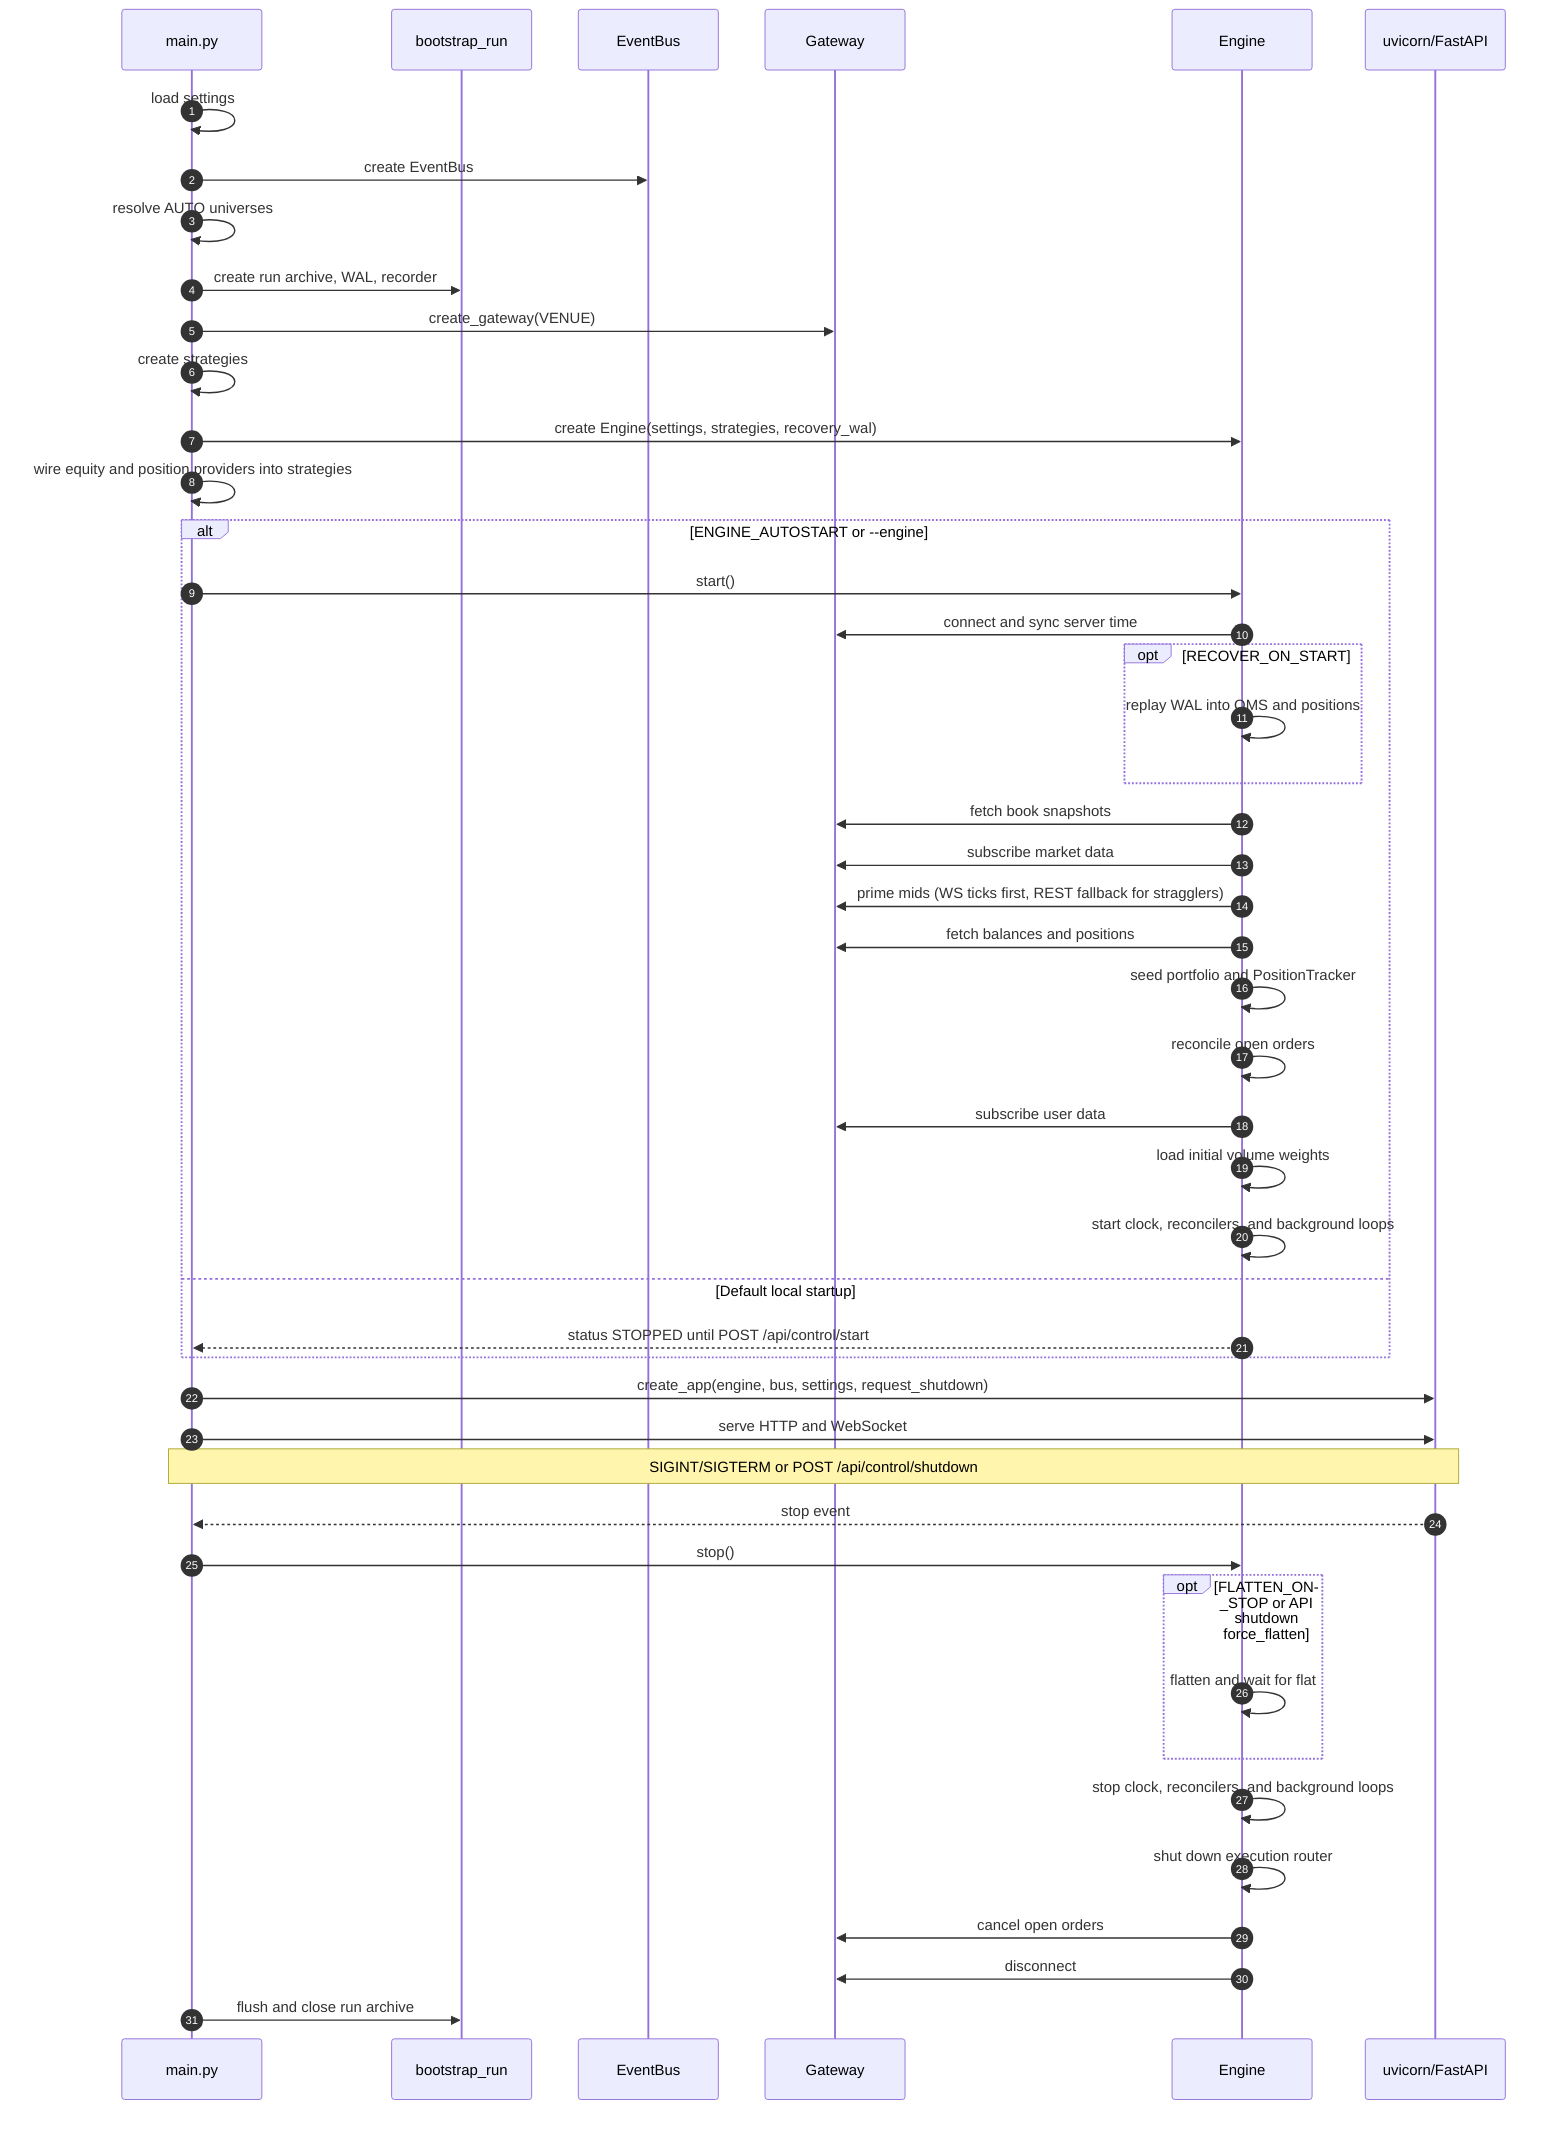
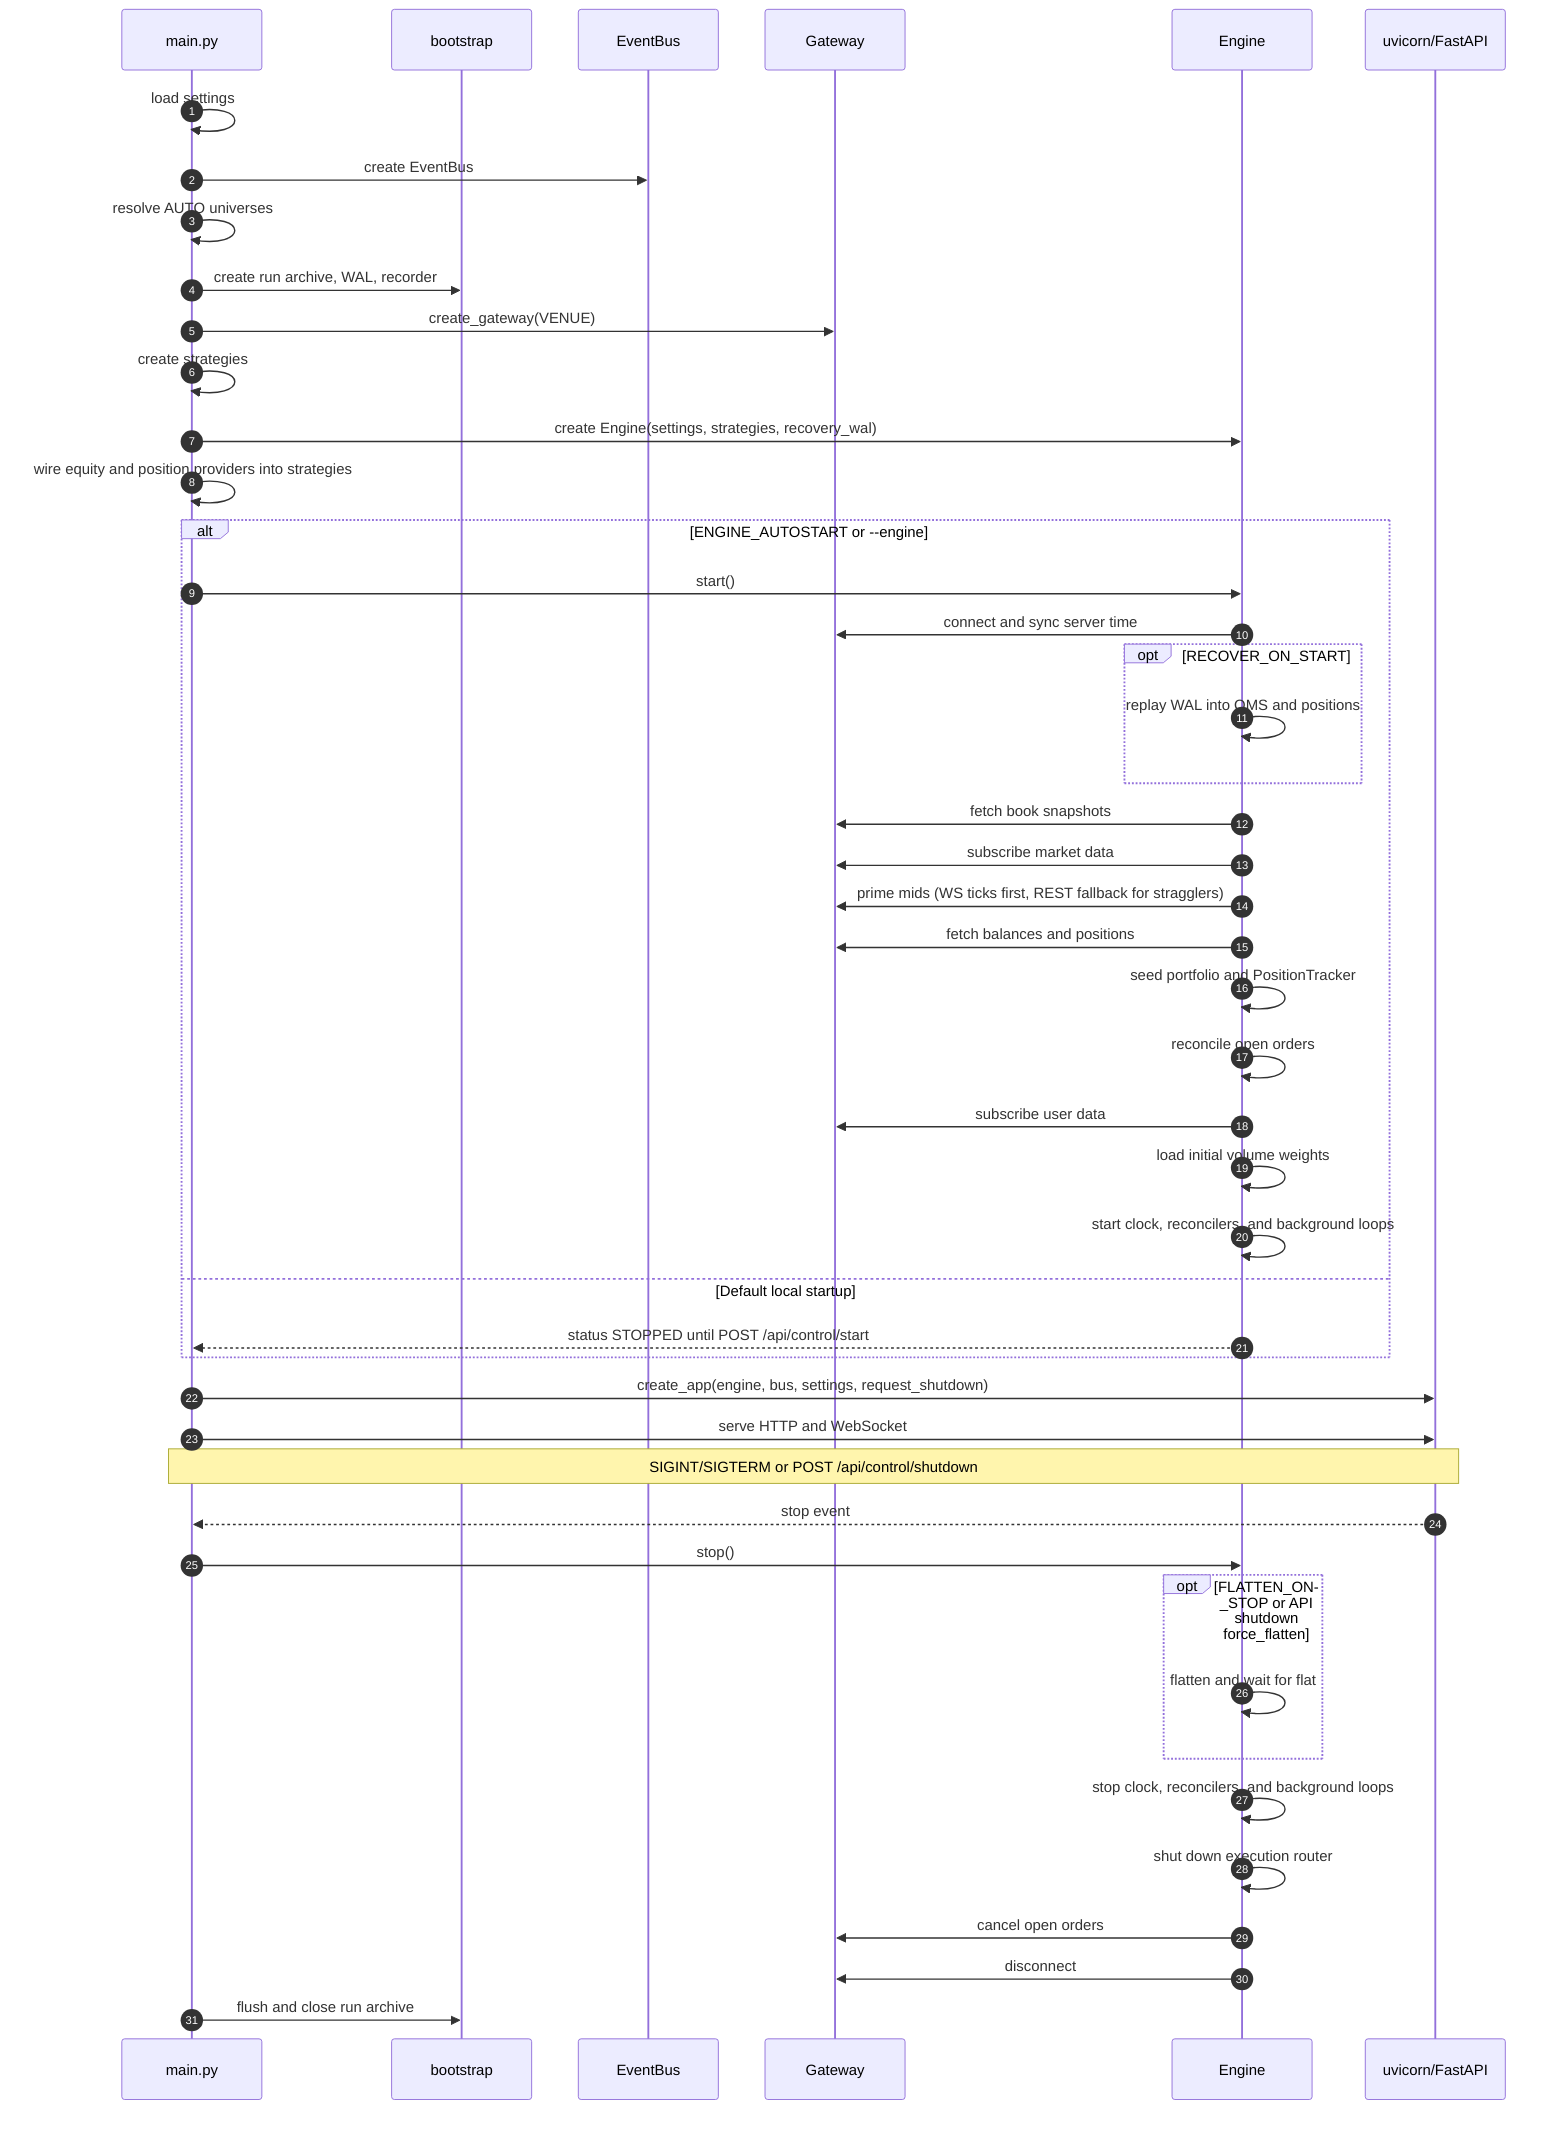
%% Engine lifecycle - process boot, optional autostart, graceful shutdown
sequenceDiagram
    autonumber
    participant Main as main.py
-     participant Boot as bootstrap_run
+     participant Boot as bootstrap
    participant Bus as EventBus
    participant Gateway
    participant Engine
    participant API as uvicorn/FastAPI

    Main->>Main: load settings
    Main->>Bus: create EventBus
    Main->>Main: resolve AUTO universes
    Main->>Boot: create run archive, WAL, recorder
    Main->>Gateway: create_gateway(VENUE)
    Main->>Main: create strategies
    Main->>Engine: create Engine(settings, strategies, recovery_wal)
    Main->>Main: wire equity and position providers into strategies

    alt ENGINE_AUTOSTART or --engine
        Main->>Engine: start()
        Engine->>Gateway: connect and sync server time
        opt RECOVER_ON_START
            Engine->>Engine: replay WAL into OMS and positions
        end
        Engine->>Gateway: fetch book snapshots
        Engine->>Gateway: subscribe market data
        Engine->>Gateway: prime mids (WS ticks first, REST fallback for stragglers)
        Engine->>Gateway: fetch balances and positions
        Engine->>Engine: seed portfolio and PositionTracker
        Engine->>Engine: reconcile open orders
        Engine->>Gateway: subscribe user data
        Engine->>Engine: load initial volume weights
        Engine->>Engine: start clock, reconcilers, and background loops
    else Default local startup
        Engine-->>Main: status STOPPED until POST /api/control/start
    end

    Main->>API: create_app(engine, bus, settings, request_shutdown)
    Main->>API: serve HTTP and WebSocket

    Note over API,Main: SIGINT/SIGTERM or POST /api/control/shutdown
    API-->>Main: stop event
    Main->>Engine: stop()
    opt FLATTEN_ON_STOP or API shutdown force_flatten
        Engine->>Engine: flatten and wait for flat
    end
    Engine->>Engine: stop clock, reconcilers, and background loops
    Engine->>Engine: shut down execution router
    Engine->>Gateway: cancel open orders
    Engine->>Gateway: disconnect
    Main->>Boot: flush and close run archive
